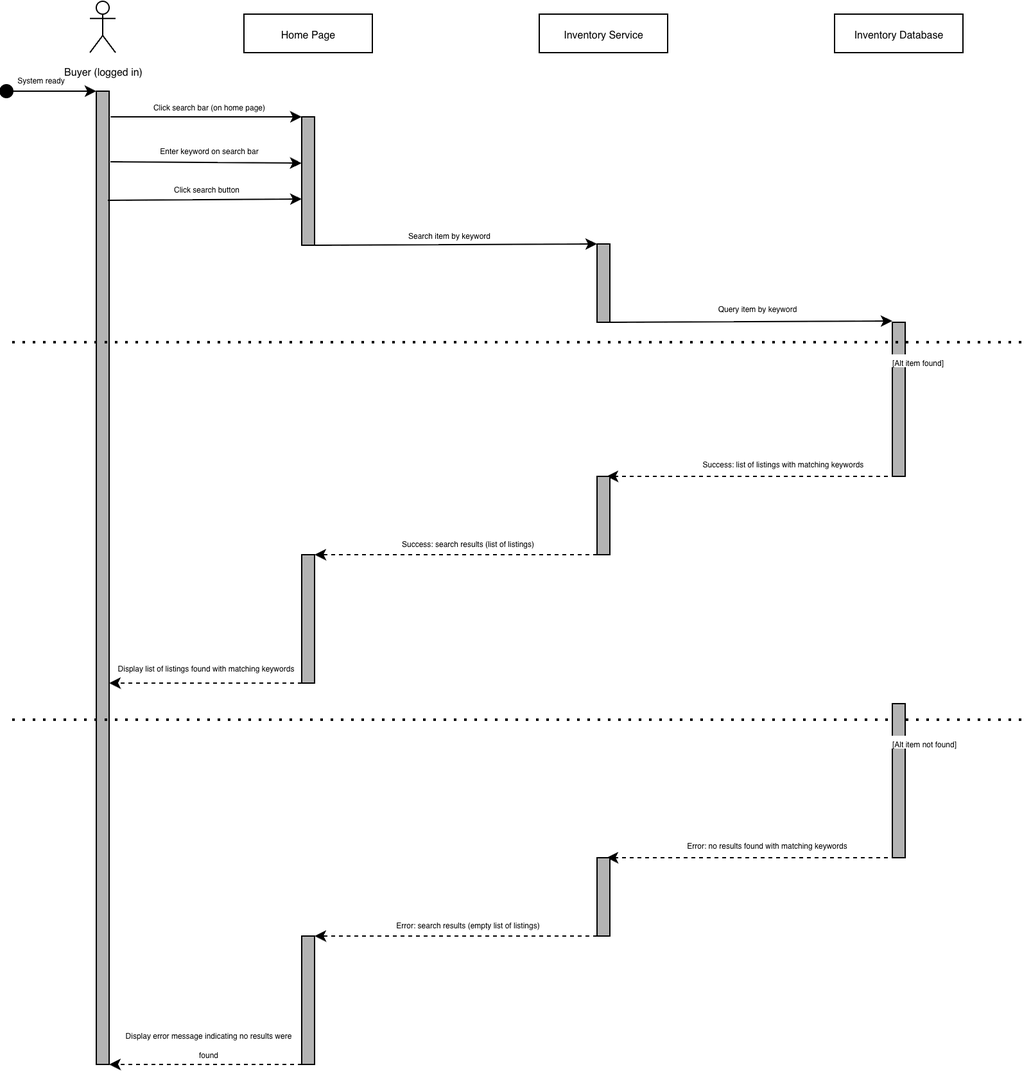
Earlier version of the draw.io export Camila Da Silva/US18_Search_Item/US18_Sequence.png (Jason-Kng/Bulldog-Records). Source tidied: cells renumbered, new cells last; positions are measured from the earlier drawing's top-left corner, leaving out a move shared by most shapes. Its diagram source:
```xml
<mxGraphModel>
  <root>
    <mxCell id="0" />
    <mxCell id="1" parent="0" />
    <mxCell id="2" value="&lt;font style=&quot;font-size: 8px;&quot;&gt;Buyer (logged in)&lt;/font&gt;" style="shape=umlActor;verticalLabelPosition=bottom;verticalAlign=top;html=1;" parent="1" vertex="1">
      <mxGeometry x="70" width="20" height="40" as="geometry" />
    </mxCell>
    <mxCell id="3" value="&lt;font style=&quot;font-size: 8px;&quot;&gt;Home Page&lt;/font&gt;" style="rounded=0;whiteSpace=wrap;html=1;" parent="1" vertex="1">
      <mxGeometry x="190" y="10" width="100" height="30" as="geometry" />
    </mxCell>
    <mxCell id="4" value="&lt;font style=&quot;font-size: 8px;&quot;&gt;Inventory Service&lt;/font&gt;" style="rounded=0;whiteSpace=wrap;html=1;" parent="1" vertex="1">
      <mxGeometry x="420" y="10" width="100" height="30" as="geometry" />
    </mxCell>
    <mxCell id="5" style="edgeStyle=orthogonalEdgeStyle;rounded=0;jettySize=auto;html=1;entryX=0;entryY=0.5;entryDx=0;entryDy=0;" parent="1" edge="1" source="6">
      <mxGeometry relative="1" as="geometry">
        <mxPoint x="75" y="70" as="targetPoint" />
      </mxGeometry>
    </mxCell>
    <mxCell id="6" style="ellipse;whiteSpace=wrap;html=1;shapeInside=1;strokeColor=light-dark(#000000,#000000);fillColor=light-dark(default, #121212);" parent="1" vertex="1">
      <mxGeometry y="65" width="10" height="10" as="geometry" />
    </mxCell>
    <mxCell id="7" value="&lt;font style=&quot;font-size: 6px;&quot;&gt;System ready&lt;/font&gt;" style="text;html=1;whiteSpace=wrap;strokeColor=none;fillColor=none;align=center;verticalAlign=middle;rounded=0;" parent="1" vertex="1">
      <mxGeometry x="7" y="55" width="50" height="10" as="geometry" />
    </mxCell>
    <mxCell id="8" style="rounded=0;whiteSpace=wrap;html=1;fillColor=#B3B3B3;" parent="1" vertex="1">
      <mxGeometry x="75" y="70" width="10" height="758" as="geometry" />
    </mxCell>
    <mxCell id="9" style="rounded=0;whiteSpace=wrap;html=1;fillColor=#B3B3B3;" parent="1" vertex="1">
      <mxGeometry x="235" y="90" width="10" height="100" as="geometry" />
    </mxCell>
    <mxCell id="10" style="endArrow=classic;html=1;rounded=0;entryX=0;entryY=0;entryDx=0;entryDy=0;" parent="1" edge="1" target="9">
      <mxGeometry relative="1" as="geometry">
        <mxPoint x="86.1" y="90" as="sourcePoint" />
      </mxGeometry>
    </mxCell>
    <mxCell id="11" value="&lt;font style=&quot;font-size: 8px;&quot;&gt;Inventory Database&lt;/font&gt;" style="rounded=0;whiteSpace=wrap;html=1;" parent="1" vertex="1">
      <mxGeometry x="650" y="10" width="100" height="30" as="geometry" />
    </mxCell>
    <mxCell id="12" value="&lt;span style=&quot;font-size: 6px;&quot;&gt;Click search bar (on home page)&lt;/span&gt;" style="text;html=1;whiteSpace=wrap;strokeColor=none;fillColor=none;align=center;verticalAlign=middle;rounded=0;" parent="1" vertex="1">
      <mxGeometry x="113" y="76" width="100" height="10" as="geometry" />
    </mxCell>
    <mxCell id="13" style="endArrow=classic;html=1;rounded=0;exitX=1.112;exitY=0.008;exitDx=0;exitDy=0;exitPerimeter=0;entryX=-0.011;entryY=0.36;entryDx=0;entryDy=0;entryPerimeter=0;" parent="1" edge="1" target="9">
      <mxGeometry relative="1" as="geometry">
        <mxPoint x="86" y="125" as="sourcePoint" />
      </mxGeometry>
    </mxCell>
    <mxCell id="14" value="&lt;span style=&quot;font-size: 6px;&quot;&gt;Enter keyword on search bar&lt;/span&gt;" style="text;html=1;whiteSpace=wrap;strokeColor=none;fillColor=none;align=center;verticalAlign=middle;rounded=0;" parent="1" vertex="1">
      <mxGeometry x="113" y="110" width="100" height="10" as="geometry" />
    </mxCell>
    <mxCell id="15" style="endArrow=classic;html=1;rounded=0;exitX=1.112;exitY=0.008;exitDx=0;exitDy=0;exitPerimeter=0;entryX=0.168;entryY=0.013;entryDx=0;entryDy=0;entryPerimeter=0;" parent="1" edge="1">
      <mxGeometry relative="1" as="geometry">
        <mxPoint x="84" y="155" as="sourcePoint" />
        <mxPoint x="235" y="154" as="targetPoint" />
      </mxGeometry>
    </mxCell>
    <mxCell id="16" value="&lt;span style=&quot;font-size: 6px;&quot;&gt;Click search button&lt;/span&gt;" style="text;html=1;whiteSpace=wrap;strokeColor=none;fillColor=none;align=center;verticalAlign=middle;rounded=0;" parent="1" vertex="1">
      <mxGeometry x="111" y="140" width="100" height="10" as="geometry" />
    </mxCell>
    <mxCell id="17" style="endArrow=classic;html=1;rounded=0;exitX=1.112;exitY=0.008;exitDx=0;exitDy=0;exitPerimeter=0;entryX=0;entryY=0;entryDx=0;entryDy=0;" parent="1" edge="1">
      <mxGeometry relative="1" as="geometry">
        <mxPoint x="245" y="190" as="sourcePoint" />
        <mxPoint x="465" y="189" as="targetPoint" />
      </mxGeometry>
    </mxCell>
    <mxCell id="18" style="rounded=0;whiteSpace=wrap;html=1;fillColor=#B3B3B3;" parent="1" vertex="1">
      <mxGeometry x="465" y="189" width="10" height="61" as="geometry" />
    </mxCell>
    <mxCell id="19" value="&lt;span style=&quot;font-size: 6px;&quot;&gt;Search item by keyword&lt;/span&gt;" style="text;html=1;whiteSpace=wrap;strokeColor=none;fillColor=none;align=center;verticalAlign=middle;rounded=0;" parent="1" vertex="1">
      <mxGeometry x="300" y="176" width="100" height="10" as="geometry" />
    </mxCell>
    <mxCell id="20" style="endArrow=classic;html=1;rounded=0;exitX=1.112;exitY=0.008;exitDx=0;exitDy=0;exitPerimeter=0;entryX=0;entryY=0;entryDx=0;entryDy=0;" parent="1" edge="1">
      <mxGeometry relative="1" as="geometry">
        <mxPoint x="475" y="250" as="sourcePoint" />
        <mxPoint x="695" y="249" as="targetPoint" />
      </mxGeometry>
    </mxCell>
    <mxCell id="21" value="&lt;span style=&quot;font-size: 6px;&quot;&gt;Query item by keyword&lt;/span&gt;" style="text;html=1;whiteSpace=wrap;strokeColor=none;fillColor=none;align=center;verticalAlign=middle;rounded=0;" parent="1" vertex="1">
      <mxGeometry x="540" y="233" width="100" height="10" as="geometry" />
    </mxCell>
    <mxCell id="22" style="rounded=0;whiteSpace=wrap;html=1;fillColor=#B3B3B3;" parent="1" vertex="1">
      <mxGeometry x="695" y="250" width="10" height="120" as="geometry" />
    </mxCell>
    <mxCell id="23" value="&lt;span style=&quot;font-size: 6px;&quot;&gt;[Alt item found]&lt;/span&gt;" style="text;html=1;whiteSpace=wrap;strokeColor=none;fillColor=default;align=center;verticalAlign=middle;rounded=0;" parent="1" vertex="1">
      <mxGeometry x="690" y="275.5" width="50" height="10" as="geometry" />
    </mxCell>
    <mxCell id="24" style="endArrow=none;dashed=1;html=1;dashPattern=1 3;strokeWidth=2;rounded=0;" parent="1" edge="1">
      <mxGeometry relative="1" as="geometry">
        <mxPoint x="10" y="266" as="sourcePoint" />
        <mxPoint x="800" y="266" as="targetPoint" />
      </mxGeometry>
    </mxCell>
    <mxCell id="25" style="endArrow=classic;html=1;rounded=0;exitX=0;exitY=1;exitDx=0;exitDy=0;entryX=0.75;entryY=0;entryDx=0;entryDy=0;dashed=1;" parent="1" edge="1" target="27">
      <mxGeometry relative="1" as="geometry">
        <mxPoint x="697.5" y="370" as="sourcePoint" />
      </mxGeometry>
    </mxCell>
    <mxCell id="26" value="&lt;span style=&quot;font-size: 6px;&quot;&gt;Success: list of listings with matching keywords&lt;/span&gt;" style="text;html=1;whiteSpace=wrap;strokeColor=none;fillColor=none;align=center;verticalAlign=middle;rounded=0;" parent="1" vertex="1">
      <mxGeometry x="545" y="354" width="130" height="10" as="geometry" />
    </mxCell>
    <mxCell id="27" style="rounded=0;whiteSpace=wrap;html=1;fillColor=#B3B3B3;" parent="1" vertex="1">
      <mxGeometry x="465" y="370" width="10" height="61" as="geometry" />
    </mxCell>
    <mxCell id="28" style="endArrow=classic;html=1;rounded=0;exitX=0;exitY=1;exitDx=0;exitDy=0;dashed=1;entryX=1;entryY=0;entryDx=0;entryDy=0;" parent="1" edge="1" target="30">
      <mxGeometry relative="1" as="geometry">
        <mxPoint x="465" y="431" as="sourcePoint" />
      </mxGeometry>
    </mxCell>
    <mxCell id="29" value="&lt;span style=&quot;font-size: 6px;&quot;&gt;Success: search results (list of listings)&lt;/span&gt;" style="text;html=1;whiteSpace=wrap;strokeColor=none;fillColor=none;align=center;verticalAlign=middle;rounded=0;" parent="1" vertex="1">
      <mxGeometry x="280" y="416" width="169" height="10" as="geometry" />
    </mxCell>
    <mxCell id="30" style="rounded=0;whiteSpace=wrap;html=1;fillColor=#B3B3B3;" parent="1" vertex="1">
      <mxGeometry x="235" y="431" width="10" height="100" as="geometry" />
    </mxCell>
    <mxCell id="31" style="endArrow=classic;html=1;rounded=0;exitX=0;exitY=1;exitDx=0;exitDy=0;dashed=1;entryX=1;entryY=0;entryDx=0;entryDy=0;" parent="1" edge="1" source="30">
      <mxGeometry relative="1" as="geometry">
        <mxPoint x="85" y="531" as="targetPoint" />
      </mxGeometry>
    </mxCell>
    <mxCell id="32" value="&lt;span style=&quot;font-size: 6px;&quot;&gt;Display list of listings found with matching keywords&lt;/span&gt;" style="text;html=1;whiteSpace=wrap;strokeColor=none;fillColor=none;align=center;verticalAlign=middle;rounded=0;" parent="1" vertex="1">
      <mxGeometry x="76" y="513" width="169" height="10" as="geometry" />
    </mxCell>
    <mxCell id="33" style="endArrow=none;dashed=1;html=1;dashPattern=1 3;strokeWidth=2;rounded=0;" parent="1" edge="1">
      <mxGeometry relative="1" as="geometry">
        <mxPoint x="10" y="560" as="sourcePoint" />
        <mxPoint x="800" y="560" as="targetPoint" />
      </mxGeometry>
    </mxCell>
    <mxCell id="34" style="rounded=0;whiteSpace=wrap;html=1;fillColor=#B3B3B3;" parent="1" vertex="1">
      <mxGeometry x="695" y="547" width="10" height="120" as="geometry" />
    </mxCell>
    <mxCell id="35" value="&lt;span style=&quot;font-size: 6px;&quot;&gt;[Alt item not found]&lt;/span&gt;" style="text;html=1;whiteSpace=wrap;strokeColor=none;fillColor=default;align=center;verticalAlign=middle;rounded=0;" parent="1" vertex="1">
      <mxGeometry x="690" y="572.5" width="60" height="10" as="geometry" />
    </mxCell>
    <mxCell id="36" style="endArrow=classic;html=1;rounded=0;exitX=0;exitY=1;exitDx=0;exitDy=0;entryX=0.75;entryY=0;entryDx=0;entryDy=0;dashed=1;" parent="1" edge="1" target="38">
      <mxGeometry relative="1" as="geometry">
        <mxPoint x="697.5" y="667" as="sourcePoint" />
      </mxGeometry>
    </mxCell>
    <mxCell id="37" value="&lt;span style=&quot;font-size: 6px;&quot;&gt;Error: no results found with matching keywords&lt;/span&gt;" style="text;html=1;whiteSpace=wrap;strokeColor=none;fillColor=none;align=center;verticalAlign=middle;rounded=0;" parent="1" vertex="1">
      <mxGeometry x="520" y="651" width="155" height="10" as="geometry" />
    </mxCell>
    <mxCell id="38" style="rounded=0;whiteSpace=wrap;html=1;fillColor=#B3B3B3;" parent="1" vertex="1">
      <mxGeometry x="465" y="667" width="10" height="61" as="geometry" />
    </mxCell>
    <mxCell id="39" style="endArrow=classic;html=1;rounded=0;exitX=0;exitY=1;exitDx=0;exitDy=0;dashed=1;entryX=1;entryY=0;entryDx=0;entryDy=0;" parent="1" edge="1" target="41">
      <mxGeometry relative="1" as="geometry">
        <mxPoint x="465" y="728" as="sourcePoint" />
      </mxGeometry>
    </mxCell>
    <mxCell id="40" value="&lt;span style=&quot;font-size: 6px;&quot;&gt;Error: search results (empty list of listings)&lt;/span&gt;" style="text;html=1;whiteSpace=wrap;strokeColor=none;fillColor=none;align=center;verticalAlign=middle;rounded=0;" parent="1" vertex="1">
      <mxGeometry x="280" y="713" width="169" height="10" as="geometry" />
    </mxCell>
    <mxCell id="41" style="rounded=0;whiteSpace=wrap;html=1;fillColor=#B3B3B3;" parent="1" vertex="1">
      <mxGeometry x="235" y="728" width="10" height="100" as="geometry" />
    </mxCell>
    <mxCell id="42" style="endArrow=classic;html=1;rounded=0;exitX=0;exitY=1;exitDx=0;exitDy=0;dashed=1;entryX=1;entryY=0;entryDx=0;entryDy=0;" parent="1" edge="1" source="41">
      <mxGeometry relative="1" as="geometry">
        <mxPoint x="85" y="828" as="targetPoint" />
      </mxGeometry>
    </mxCell>
    <mxCell id="43" value="&lt;span style=&quot;font-size: 6px;&quot;&gt;Display error message indicating no results were found&lt;/span&gt;" style="text;html=1;whiteSpace=wrap;strokeColor=none;fillColor=none;align=center;verticalAlign=middle;rounded=0;" parent="1" vertex="1">
      <mxGeometry x="90" y="806" width="145" height="10" as="geometry" />
    </mxCell>
  </root>
</mxGraphModel>
```
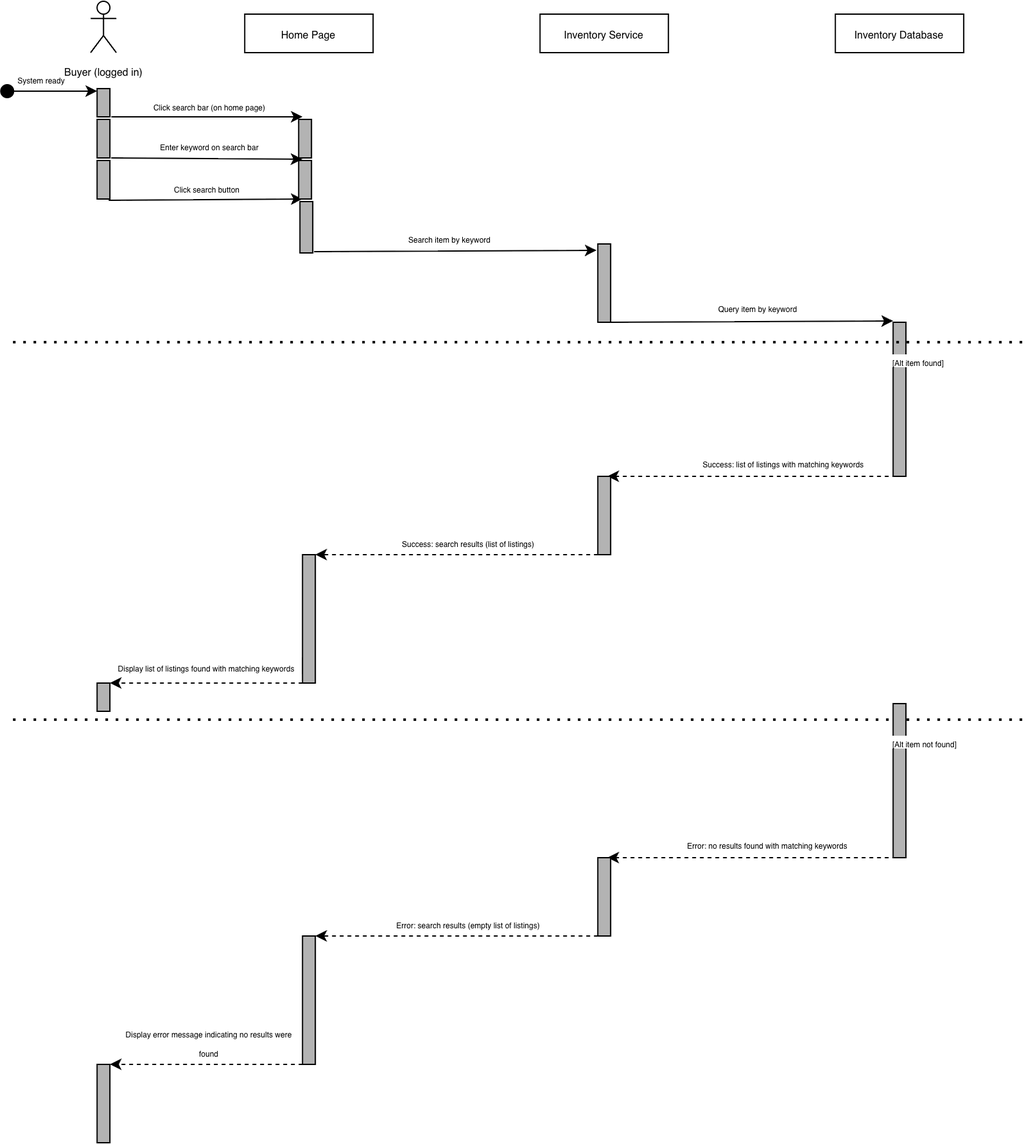
The same diagram one commit later.

Commit message:
Sequence Diagrams Bars

Change to the diagram source:
```diff
@@ -22,15 +22,10 @@
     <mxCell id="7" value="&lt;font style=&quot;font-size: 6px;&quot;&gt;System ready&lt;/font&gt;" style="text;html=1;whiteSpace=wrap;strokeColor=none;fillColor=none;align=center;verticalAlign=middle;rounded=0;" parent="1" vertex="1">
       <mxGeometry x="7" y="55" width="50" height="10" as="geometry" />
     </mxCell>
-    <mxCell id="8" style="rounded=0;whiteSpace=wrap;html=1;fillColor=#B3B3B3;" parent="1" vertex="1">
-      <mxGeometry x="75" y="70" width="10" height="758" as="geometry" />
-    </mxCell>
-    <mxCell id="9" style="rounded=0;whiteSpace=wrap;html=1;fillColor=#B3B3B3;" parent="1" vertex="1">
-      <mxGeometry x="235" y="90" width="10" height="100" as="geometry" />
-    </mxCell>
-    <mxCell id="10" style="endArrow=classic;html=1;rounded=0;entryX=0;entryY=0;entryDx=0;entryDy=0;" parent="1" edge="1" target="9">
+    <mxCell id="10" style="endArrow=classic;html=1;rounded=0;entryX=0;entryY=0;entryDx=0;entryDy=0;" parent="1" edge="1">
       <mxGeometry relative="1" as="geometry">
         <mxPoint x="86.1" y="90" as="sourcePoint" />
+        <mxPoint x="235" y="90" as="targetPoint" />
       </mxGeometry>
     </mxCell>
     <mxCell id="11" value="&lt;font style=&quot;font-size: 8px;&quot;&gt;Inventory Database&lt;/font&gt;" style="rounded=0;whiteSpace=wrap;html=1;" parent="1" vertex="1">
@@ -39,13 +34,14 @@
     <mxCell id="12" value="&lt;span style=&quot;font-size: 6px;&quot;&gt;Click search bar (on home page)&lt;/span&gt;" style="text;html=1;whiteSpace=wrap;strokeColor=none;fillColor=none;align=center;verticalAlign=middle;rounded=0;" parent="1" vertex="1">
       <mxGeometry x="113" y="76" width="100" height="10" as="geometry" />
     </mxCell>
-    <mxCell id="13" style="endArrow=classic;html=1;rounded=0;exitX=1.112;exitY=0.008;exitDx=0;exitDy=0;exitPerimeter=0;entryX=-0.011;entryY=0.36;entryDx=0;entryDy=0;entryPerimeter=0;" parent="1" edge="1" target="9">
+    <mxCell id="13" style="endArrow=classic;html=1;rounded=0;exitX=1.112;exitY=0.008;exitDx=0;exitDy=0;exitPerimeter=0;entryX=-0.011;entryY=0.36;entryDx=0;entryDy=0;entryPerimeter=0;" parent="1" edge="1">
       <mxGeometry relative="1" as="geometry">
-        <mxPoint x="86" y="125" as="sourcePoint" />
+        <mxPoint x="86" y="122" as="sourcePoint" />
+        <mxPoint x="234.9" y="123" as="targetPoint" />
       </mxGeometry>
     </mxCell>
     <mxCell id="14" value="&lt;span style=&quot;font-size: 6px;&quot;&gt;Enter keyword on search bar&lt;/span&gt;" style="text;html=1;whiteSpace=wrap;strokeColor=none;fillColor=none;align=center;verticalAlign=middle;rounded=0;" parent="1" vertex="1">
-      <mxGeometry x="113" y="110" width="100" height="10" as="geometry" />
+      <mxGeometry x="113" y="107" width="100" height="10" as="geometry" />
     </mxCell>
     <mxCell id="15" style="endArrow=classic;html=1;rounded=0;exitX=1.112;exitY=0.008;exitDx=0;exitDy=0;exitPerimeter=0;entryX=0.168;entryY=0.013;entryDx=0;entryDy=0;entryPerimeter=0;" parent="1" edge="1">
       <mxGeometry relative="1" as="geometry">
@@ -58,15 +54,15 @@
     </mxCell>
     <mxCell id="17" style="endArrow=classic;html=1;rounded=0;exitX=1.112;exitY=0.008;exitDx=0;exitDy=0;exitPerimeter=0;entryX=0;entryY=0;entryDx=0;entryDy=0;" parent="1" edge="1">
       <mxGeometry relative="1" as="geometry">
-        <mxPoint x="245" y="190" as="sourcePoint" />
-        <mxPoint x="465" y="189" as="targetPoint" />
+        <mxPoint x="244" y="195" as="sourcePoint" />
+        <mxPoint x="464" y="194" as="targetPoint" />
       </mxGeometry>
     </mxCell>
     <mxCell id="18" style="rounded=0;whiteSpace=wrap;html=1;fillColor=#B3B3B3;" parent="1" vertex="1">
       <mxGeometry x="465" y="189" width="10" height="61" as="geometry" />
     </mxCell>
     <mxCell id="19" value="&lt;span style=&quot;font-size: 6px;&quot;&gt;Search item by keyword&lt;/span&gt;" style="text;html=1;whiteSpace=wrap;strokeColor=none;fillColor=none;align=center;verticalAlign=middle;rounded=0;" parent="1" vertex="1">
-      <mxGeometry x="300" y="176" width="100" height="10" as="geometry" />
+      <mxGeometry x="300" y="179" width="100" height="10" as="geometry" />
     </mxCell>
     <mxCell id="20" style="endArrow=classic;html=1;rounded=0;exitX=1.112;exitY=0.008;exitDx=0;exitDy=0;exitPerimeter=0;entryX=0;entryY=0;entryDx=0;entryDy=0;" parent="1" edge="1">
       <mxGeometry relative="1" as="geometry">
@@ -161,5 +157,29 @@
     <mxCell id="43" value="&lt;span style=&quot;font-size: 6px;&quot;&gt;Display error message indicating no results were found&lt;/span&gt;" style="text;html=1;whiteSpace=wrap;strokeColor=none;fillColor=none;align=center;verticalAlign=middle;rounded=0;" parent="1" vertex="1">
       <mxGeometry x="90" y="806" width="145" height="10" as="geometry" />
     </mxCell>
+    <mxCell id="44" style="rounded=0;whiteSpace=wrap;html=1;fillColor=#B3B3B3;" parent="1" vertex="1">
+      <mxGeometry x="75" y="68" width="10" height="22" as="geometry" />
+    </mxCell>
+    <mxCell id="45" style="rounded=0;whiteSpace=wrap;html=1;fillColor=#B3B3B3;" parent="1" vertex="1">
+      <mxGeometry x="75" y="92" width="10" height="30" as="geometry" />
+    </mxCell>
+    <mxCell id="46" style="rounded=0;whiteSpace=wrap;html=1;fillColor=#B3B3B3;" parent="1" vertex="1">
+      <mxGeometry x="75" y="124" width="10" height="30" as="geometry" />
+    </mxCell>
+    <mxCell id="47" style="rounded=0;whiteSpace=wrap;html=1;fillColor=#B3B3B3;" parent="1" vertex="1">
+      <mxGeometry x="75" y="531" width="10" height="22" as="geometry" />
+    </mxCell>
+    <mxCell id="48" style="rounded=0;whiteSpace=wrap;html=1;fillColor=#B3B3B3;" parent="1" vertex="1">
+      <mxGeometry x="75" y="828" width="10" height="61" as="geometry" />
+    </mxCell>
+    <mxCell id="49" style="rounded=0;whiteSpace=wrap;html=1;fillColor=#B3B3B3;" parent="1" vertex="1">
+      <mxGeometry x="232" y="92" width="10" height="30" as="geometry" />
+    </mxCell>
+    <mxCell id="50" style="rounded=0;whiteSpace=wrap;html=1;fillColor=#B3B3B3;" parent="1" vertex="1">
+      <mxGeometry x="232" y="124" width="10" height="30" as="geometry" />
+    </mxCell>
+    <mxCell id="51" style="rounded=0;whiteSpace=wrap;html=1;fillColor=#B3B3B3;" parent="1" vertex="1">
+      <mxGeometry x="233" y="156" width="10" height="40" as="geometry" />
+    </mxCell>
   </root>
 </mxGraphModel>
```
